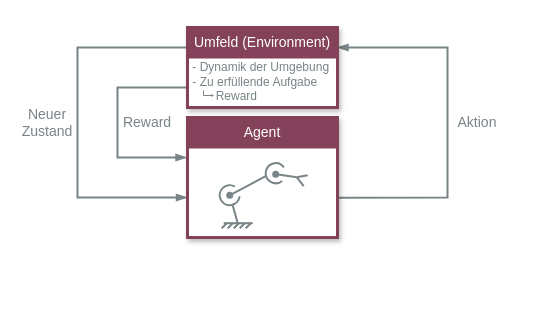
TW-Robotics/AIAV keeps this draw.io diagram as page "Page-1" (1 of 4) of Bis_zum_High-Score_Wie_ein_Roboter_durch_Ausprobieren_lernt/images/policyIteration.drawio. Above is the earlier version. Source tidied: cells renumbered, new cells numbered last; positions are measured from the earlier drawing's top-left corner, leaving out a move shared by most shapes. Both pictures are drawn from the tidied source at 100%, with x=0, y=0 at pixel (17, 17).
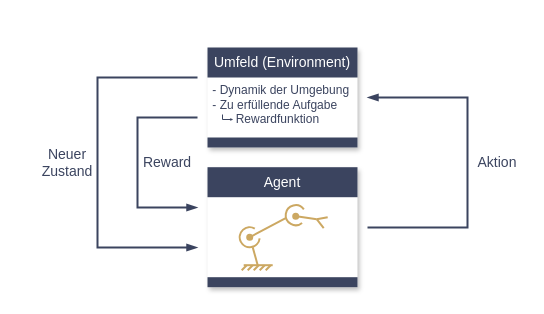
Above is the later version.

Change to the diagram source:
```diff
@@
     <mxCell id="2" style="rounded=0;whiteSpace=wrap;html=1;shadow=0;fontSize=14;fontColor=#FFFFFF;strokeColor=none;strokeWidth=2;fillColor=#FFFFFF;" parent="1" vertex="1">
-      <mxGeometry width="490" height="230" as="geometry" />
+      <mxGeometry x="20" y="20" width="490" height="260" as="geometry" />
     </mxCell>
-    <mxCell id="3" style="endArrow=blockThin;html=1;fontColor=#788487;endFill=1;entryX=1;entryY=0.25;entryDx=0;entryDy=0;rounded=0;strokeColor=#788487;exitX=1.006;exitY=0.668;exitDx=0;exitDy=0;strokeWidth=2;exitPerimeter=0;" parent="1" edge="1" source="7" target="6">
+    <mxCell id="3" style="endArrow=blockThin;html=1;endFill=1;rounded=0;strokeWidth=2;fontColor=#7C91AB;strokeColor=#3B445F;" parent="1" edge="1">
       <mxGeometry relative="1" as="geometry">
+        <mxPoint x="350" y="210" as="sourcePoint" />
+        <mxPoint x="350" y="80" as="targetPoint" />
         <Array as="points">
-          <mxPoint x="430" y="180" />
-          <mxPoint x="430" y="30" />
+          <mxPoint x="450" y="210" />
+          <mxPoint x="450" y="80" />
         </Array>
       </mxGeometry>
     </mxCell>
-    <mxCell id="4" style="endArrow=blockThin;html=1;fontColor=#788487;endFill=1;entryX=-0.003;entryY=0.667;entryDx=0;entryDy=0;rounded=0;strokeColor=#788487;exitX=0;exitY=0.25;exitDx=0;exitDy=0;strokeWidth=2;entryPerimeter=0;" parent="1" edge="1" source="6" target="7">
+    <mxCell id="4" style="endArrow=blockThin;html=1;fontColor=#788487;endFill=1;rounded=0;strokeWidth=2;strokeColor=#3B445F;" parent="1" edge="1">
       <mxGeometry relative="1" as="geometry">
+        <mxPoint x="180" y="60" as="sourcePoint" />
+        <mxPoint x="180" y="230" as="targetPoint" />
         <Array as="points">
-          <mxPoint x="60" y="30" />
-          <mxPoint x="60" y="180" />
+          <mxPoint x="80" y="60" />
+          <mxPoint x="80" y="230" />
         </Array>
       </mxGeometry>
     </mxCell>
-    <mxCell id="5" style="endArrow=blockThin;html=1;fontColor=#788487;endFill=1;rounded=0;strokeColor=#788487;exitX=0;exitY=0.75;exitDx=0;exitDy=0;strokeWidth=2;" parent="1" edge="1" source="6">
+    <mxCell id="5" style="endArrow=blockThin;html=1;fontColor=#788487;endFill=1;rounded=0;strokeWidth=2;strokeColor=#3B445F;" parent="1" edge="1">
       <mxGeometry relative="1" as="geometry">
-        <mxPoint x="169" y="140" as="targetPoint" />
+        <mxPoint x="180" y="100" as="sourcePoint" />
+        <mxPoint x="180" y="190" as="targetPoint" />
         <Array as="points">
-          <mxPoint x="100" y="70" />
-          <mxPoint x="100" y="140" />
+          <mxPoint x="120" y="100" />
+          <mxPoint x="120" y="190" />
         </Array>
       </mxGeometry>
     </mxCell>
-    <mxCell id="6" value="&lt;br&gt;&lt;br&gt;&amp;nbsp;- Dynamik der Umgebung&lt;br&gt;&amp;nbsp;- Zu erfüllende Aufgabe&lt;br&gt;&lt;span style=&quot;white-space: pre&quot;&gt;&#9;&lt;/span&gt;Reward" style="rounded=0;whiteSpace=wrap;html=1;strokeColor=#84425A;strokeWidth=3;fontColor=#788487;shadow=1;align=left;fillColor=#FFFFFF;" parent="1" vertex="1">
-      <mxGeometry x="170" y="10" width="150" height="80" as="geometry" />
+    <mxCell id="6" value="&lt;font&gt;&lt;br&gt;&amp;nbsp;- Dynamik der Umgebung&lt;br&gt;&amp;nbsp;- Zu erfüllende Aufgabe&lt;br&gt;&lt;span style=&quot;white-space: pre&quot;&gt;&#9;&lt;/span&gt;Rewardfunktion&lt;/font&gt;" style="rounded=0;whiteSpace=wrap;html=1;strokeWidth=3;shadow=1;align=left;fillColor=#FFFFFF;strokeColor=none;fontColor=#3B445F;" parent="1" vertex="1">
+      <mxGeometry x="190" y="30" width="150" height="100" as="geometry" />
     </mxCell>
-    <mxCell id="7" style="rounded=0;whiteSpace=wrap;html=1;fillColor=#FFFFFF;strokeColor=#84425A;strokeWidth=3;fontColor=#788487;shadow=1;" parent="1" vertex="1">
-      <mxGeometry x="170" y="100" width="150" height="120" as="geometry" />
+    <mxCell id="7" style="rounded=0;whiteSpace=wrap;html=1;fillColor=#FFFFFF;strokeWidth=3;fontColor=#788487;shadow=1;strokeColor=none;" parent="1" vertex="1">
+      <mxGeometry x="190" y="149.7" width="150" height="120" as="geometry" />
     </mxCell>
-    <mxCell id="8" value="Aktion" style="text;html=1;strokeColor=none;fillColor=none;align=center;verticalAlign=middle;whiteSpace=wrap;rounded=0;fontColor=#788487;fontSize=14;" parent="1" vertex="1">
-      <mxGeometry x="430" y="50" width="60" height="110" as="geometry" />
+    <mxCell id="8" value="Aktion" style="text;html=1;strokeColor=none;fillColor=none;align=center;verticalAlign=middle;whiteSpace=wrap;rounded=0;fontSize=14;fontColor=#3B445F;" parent="1" vertex="1">
+      <mxGeometry x="450" y="90" width="60" height="110" as="geometry" />
     </mxCell>
-    <mxCell id="9" value="Neuer&lt;br&gt;Zustand" style="text;html=1;strokeColor=none;fillColor=none;align=center;verticalAlign=middle;whiteSpace=wrap;rounded=0;fontColor=#788487;fontSize=14;" parent="1" vertex="1">
-      <mxGeometry y="40" width="60" height="130" as="geometry" />
+    <mxCell id="9" value="Neuer&lt;br&gt;Zustand" style="text;html=1;fillColor=none;align=center;verticalAlign=middle;whiteSpace=wrap;rounded=0;fontSize=14;fontColor=#3B445F;" parent="1" vertex="1">
+      <mxGeometry x="20" y="80" width="60" height="130" as="geometry" />
     </mxCell>
-    <mxCell id="10" value="Reward" style="text;html=1;strokeColor=none;fillColor=none;align=center;verticalAlign=middle;whiteSpace=wrap;rounded=0;fontColor=#788487;fontSize=14;" parent="1" vertex="1">
-      <mxGeometry x="100" y="70" width="60" height="70" as="geometry" />
+    <mxCell id="10" value="Reward" style="text;html=1;fillColor=none;align=center;verticalAlign=middle;whiteSpace=wrap;rounded=0;fontSize=14;fontColor=#3B445F;" parent="1" vertex="1">
+      <mxGeometry x="120" y="109.9" width="60" height="70.3" as="geometry" />
     </mxCell>
-    <mxCell id="11" value="Agent" style="rounded=0;whiteSpace=wrap;html=1;fontSize=14;fontColor=#FFFFFF;strokeColor=#84425A;strokeWidth=2;fillColor=#84425A;" parent="1" vertex="1">
-      <mxGeometry x="170" y="100" width="150" height="30" as="geometry" />
+    <mxCell id="11" value="Agent" style="rounded=0;whiteSpace=wrap;html=1;fontSize=14;fontColor=#FFFFFF;strokeWidth=2;strokeColor=none;fillColor=#3B445F;" parent="1" vertex="1">
+      <mxGeometry x="190" y="149.7" width="150" height="30" as="geometry" />
     </mxCell>
-    <mxCell id="12" value="Umfeld (Environment)" style="rounded=0;whiteSpace=wrap;html=1;fontSize=14;fontColor=#FFFFFF;strokeColor=#84425A;strokeWidth=2;fillColor=#84425A;" parent="1" vertex="1">
-      <mxGeometry x="170" y="10" width="150" height="30" as="geometry" />
+    <mxCell id="12" value="Umfeld (Environment)" style="rounded=0;whiteSpace=wrap;html=1;fontSize=14;fontColor=#FFFFFF;strokeWidth=2;fillColor=#3B445F;strokeColor=none;" parent="1" vertex="1">
+      <mxGeometry x="190" y="30" width="150" height="30" as="geometry" />
     </mxCell>
     <mxCell id="13" style="group;" parent="1" vertex="1">
-      <mxGeometry x="198" y="122" width="95.5" height="95.5" as="geometry" />
+      <mxGeometry x="218" y="164" width="95.5" height="95.5" as="geometry" />
     </mxCell>
+    <mxCell id="21" style="group;rotation=-45;" parent="13" vertex="1">
+      <mxGeometry x="8.2" y="19.7" width="79" height="56" as="geometry" />
+    </mxCell>
+    <mxCell id="22" style="verticalLabelPosition=bottom;verticalAlign=top;html=1;shape=mxgraph.basic.arc;startAngle=0.394447965437487;endAngle=0.210051681691415;shadow=0;fontSize=14;fontColor=#FFFFFF;strokeWidth=2;fillColor=default;rotation=-45;strokeColor=#CCA862;" parent="21" vertex="1">
+      <mxGeometry x="-4" y="26" width="20" height="20" as="geometry" />
+    </mxCell>
+    <mxCell id="23" style="endArrow=none;html=1;fontSize=14;fontColor=#FFFFFF;strokeWidth=2;startArrow=oval;startFill=1;endSize=5;startSize=5;strokeColor=#CCA862;" parent="21" edge="1">
+      <mxGeometry relative="1" as="geometry">
+        <mxPoint x="6" y="36" as="sourcePoint" />
+        <mxPoint x="42" y="17" as="targetPoint" />
+      </mxGeometry>
+    </mxCell>
+    <mxCell id="24" style="verticalLabelPosition=bottom;verticalAlign=top;html=1;shape=mxgraph.basic.arc;startAngle=0.5151919304725331;endAngle=0.27664759517425097;shadow=0;fontSize=14;fontColor=#FFFFFF;strokeWidth=2;fillColor=default;rotation=-45;strokeColor=#CCA862;" parent="21" vertex="1">
+      <mxGeometry x="42" y="4" width="20" height="20" as="geometry" />
+    </mxCell>
+    <mxCell id="25" style="endArrow=none;html=1;fontSize=14;fontColor=#FFFFFF;strokeWidth=2;startArrow=oval;startFill=1;endSize=5;startSize=5;strokeColor=#CCA862;" parent="21" edge="1">
+      <mxGeometry relative="1" as="geometry">
+        <mxPoint x="52" y="15" as="sourcePoint" />
+        <mxPoint x="73" y="18" as="targetPoint" />
+      </mxGeometry>
+    </mxCell>
+    <mxCell id="26" style="endArrow=none;html=1;fontSize=14;fontColor=#FFFFFF;strokeWidth=2;strokeColor=#CCA862;" parent="21" edge="1">
+      <mxGeometry relative="1" as="geometry">
+        <mxPoint x="80" y="27" as="sourcePoint" />
+        <mxPoint x="73" y="18" as="targetPoint" />
+      </mxGeometry>
+    </mxCell>
+    <mxCell id="27" style="endArrow=none;html=1;fontSize=14;fontColor=#FFFFFF;strokeWidth=2;strokeColor=#CCA862;" parent="21" edge="1">
+      <mxGeometry relative="1" as="geometry">
+        <mxPoint x="84" y="16" as="sourcePoint" />
+        <mxPoint x="73" y="18" as="targetPoint" />
+      </mxGeometry>
+    </mxCell>
+    <mxCell id="29" style="group;" parent="13" vertex="1">
+      <mxGeometry x="6.2" y="65.7" width="31" height="23" as="geometry" />
+    </mxCell>
-    <mxCell id="14" style="endArrow=none;html=1;fontSize=14;fontColor=#FFFFFF;strokeColor=#788487;strokeWidth=2;" parent="13" edge="1">
+    <mxCell id="14" style="endArrow=none;html=1;fontSize=14;fontColor=#FFFFFF;strokeWidth=2;strokeColor=#CCA862;" parent="29" edge="1">
       <mxGeometry relative="1" as="geometry">
-        <mxPoint x="22.2" y="83.7" as="sourcePoint" />
-        <mxPoint x="17.2" y="65.7" as="targetPoint" />
+        <mxPoint x="16" y="18" as="sourcePoint" />
+        <mxPoint x="11" as="targetPoint" />
       </mxGeometry>
     </mxCell>
-    <mxCell id="15" style="endArrow=none;html=1;fontSize=14;fontColor=#FFFFFF;strokeColor=#788487;strokeWidth=2;" parent="13" edge="1">
+    <mxCell id="15" style="endArrow=none;html=1;fontSize=14;fontColor=#FFFFFF;strokeWidth=2;strokeColor=#CCA862;" parent="29" edge="1">
       <mxGeometry relative="1" as="geometry">
-        <mxPoint x="8.2" y="83.7" as="sourcePoint" />
-        <mxPoint x="37.2" y="83.7" as="targetPoint" />
+        <mxPoint x="2" y="18" as="sourcePoint" />
+        <mxPoint x="31" y="18" as="targetPoint" />
       </mxGeometry>
     </mxCell>
-    <mxCell id="16" style="endArrow=none;html=1;fontSize=14;fontColor=#FFFFFF;strokeColor=#788487;strokeWidth=2;" parent="13" edge="1">
+    <mxCell id="16" style="endArrow=none;html=1;fontSize=14;fontColor=#FFFFFF;strokeWidth=2;strokeColor=#CCA862;" parent="29" edge="1">
       <mxGeometry relative="1" as="geometry">
-        <mxPoint x="6.2" y="88.7" as="sourcePoint" />
-        <mxPoint x="11.2" y="83.7" as="targetPoint" />
+        <mxPoint y="23" as="sourcePoint" />
+        <mxPoint x="5" y="18" as="targetPoint" />
       </mxGeometry>
     </mxCell>
-    <mxCell id="17" style="endArrow=none;html=1;fontSize=14;fontColor=#FFFFFF;strokeColor=#788487;strokeWidth=2;" parent="13" edge="1">
+    <mxCell id="17" style="endArrow=none;html=1;fontSize=14;fontColor=#FFFFFF;strokeWidth=2;strokeColor=#CCA862;" parent="29" edge="1">
       <mxGeometry relative="1" as="geometry">
-        <mxPoint x="12.2" y="88.7" as="sourcePoint" />
-        <mxPoint x="17.2" y="83.7" as="targetPoint" />
+        <mxPoint x="6" y="23" as="sourcePoint" />
+        <mxPoint x="11" y="18" as="targetPoint" />
         <Array as="points">
-          <mxPoint x="12.2" y="88.7" />
+          <mxPoint x="6" y="23" />
         </Array>
       </mxGeometry>
     </mxCell>
-    <mxCell id="18" style="endArrow=none;html=1;fontSize=14;fontColor=#FFFFFF;strokeColor=#788487;strokeWidth=2;" parent="13" edge="1">
+    <mxCell id="18" style="endArrow=none;html=1;fontSize=14;fontColor=#FFFFFF;strokeWidth=2;strokeColor=#CCA862;" parent="29" edge="1">
       <mxGeometry relative="1" as="geometry">
-        <mxPoint x="18.2" y="88.7" as="sourcePoint" />
-        <mxPoint x="23.2" y="83.7" as="targetPoint" />
+        <mxPoint x="12" y="23" as="sourcePoint" />
+        <mxPoint x="17" y="18" as="targetPoint" />
       </mxGeometry>
     </mxCell>
-    <mxCell id="19" style="endArrow=none;html=1;fontSize=14;fontColor=#FFFFFF;strokeColor=#788487;strokeWidth=2;" parent="13" edge="1">
+    <mxCell id="19" style="endArrow=none;html=1;fontSize=14;fontColor=#FFFFFF;strokeWidth=2;strokeColor=#CCA862;" parent="29" edge="1">
       <mxGeometry relative="1" as="geometry">
-        <mxPoint x="24.2" y="88.7" as="sourcePoint" />
-        <mxPoint x="29.2" y="83.7" as="targetPoint" />
+        <mxPoint x="18" y="23" as="sourcePoint" />
+        <mxPoint x="23" y="18" as="targetPoint" />
         <Array as="points">
-          <mxPoint x="24.2" y="88.7" />
+          <mxPoint x="18" y="23" />
         </Array>
       </mxGeometry>
     </mxCell>
-    <mxCell id="20" style="endArrow=none;html=1;fontSize=14;fontColor=#FFFFFF;strokeColor=#788487;strokeWidth=2;" parent="13" edge="1">
+    <mxCell id="20" style="endArrow=none;html=1;fontSize=14;fontColor=#FFFFFF;strokeWidth=2;strokeColor=#CCA862;" parent="29" edge="1">
       <mxGeometry relative="1" as="geometry">
-        <mxPoint x="30.2" y="88.7" as="sourcePoint" />
-        <mxPoint x="35.2" y="83.7" as="targetPoint" />
+        <mxPoint x="24" y="23" as="sourcePoint" />
+        <mxPoint x="29" y="18" as="targetPoint" />
         <Array as="points">
-          <mxPoint x="30.2" y="88.7" />
+          <mxPoint x="24" y="23" />
         </Array>
       </mxGeometry>
     </mxCell>
-    <mxCell id="21" style="group;rotation=-45;" parent="13" vertex="1">
-      <mxGeometry x="8.2" y="19.7" width="79" height="56" as="geometry" />
-    </mxCell>
-    <mxCell id="22" style="verticalLabelPosition=bottom;verticalAlign=top;html=1;shape=mxgraph.basic.arc;startAngle=0.394447965437487;endAngle=0.210051681691415;shadow=0;fontSize=14;fontColor=#FFFFFF;strokeColor=#788487;strokeWidth=2;fillColor=default;rotation=-45;" parent="21" vertex="1">
-      <mxGeometry x="-4" y="26" width="20" height="20" as="geometry" />
-    </mxCell>
-    <mxCell id="23" style="endArrow=none;html=1;fontSize=14;fontColor=#FFFFFF;strokeColor=#788487;strokeWidth=2;startArrow=oval;startFill=1;endSize=5;startSize=5;" parent="21" edge="1">
-      <mxGeometry relative="1" as="geometry">
-        <mxPoint x="6" y="36" as="sourcePoint" />
-        <mxPoint x="42" y="17" as="targetPoint" />
-      </mxGeometry>
-    </mxCell>
-    <mxCell id="24" style="verticalLabelPosition=bottom;verticalAlign=top;html=1;shape=mxgraph.basic.arc;startAngle=0.5151919304725331;endAngle=0.27664759517425097;shadow=0;fontSize=14;fontColor=#FFFFFF;strokeColor=#788487;strokeWidth=2;fillColor=default;rotation=-45;" parent="21" vertex="1">
-      <mxGeometry x="42" y="4" width="20" height="20" as="geometry" />
-    </mxCell>
-    <mxCell id="25" style="endArrow=none;html=1;fontSize=14;fontColor=#FFFFFF;strokeColor=#788487;strokeWidth=2;startArrow=oval;startFill=1;endSize=5;startSize=5;" parent="21" edge="1">
-      <mxGeometry relative="1" as="geometry">
-        <mxPoint x="52" y="15" as="sourcePoint" />
-        <mxPoint x="73" y="18" as="targetPoint" />
-      </mxGeometry>
-    </mxCell>
-    <mxCell id="26" style="endArrow=none;html=1;fontSize=14;fontColor=#FFFFFF;strokeColor=#788487;strokeWidth=2;" parent="21" edge="1">
-      <mxGeometry relative="1" as="geometry">
-        <mxPoint x="80" y="27" as="sourcePoint" />
-        <mxPoint x="73" y="18" as="targetPoint" />
-      </mxGeometry>
-    </mxCell>
-    <mxCell id="27" style="endArrow=none;html=1;fontSize=14;fontColor=#FFFFFF;strokeColor=#788487;strokeWidth=2;" parent="21" edge="1">
-      <mxGeometry relative="1" as="geometry">
-        <mxPoint x="84" y="16" as="sourcePoint" />
-        <mxPoint x="73" y="18" as="targetPoint" />
-      </mxGeometry>
-    </mxCell>
-    <mxCell id="28" style="endArrow=blockThin;html=1;fontSize=14;fontColor=#FFFFFF;startSize=5;endSize=1;strokeColor=#788487;strokeWidth=1;endFill=1;rounded=0;" parent="1" edge="1">
+    <mxCell id="28" style="endArrow=blockThin;html=1;fontSize=14;fontColor=#FFFFFF;startSize=5;endSize=1;strokeWidth=1;endFill=1;rounded=0;strokeColor=#3B445F;" parent="1" edge="1">
       <mxGeometry relative="1" as="geometry">
-        <mxPoint x="186" y="73" as="sourcePoint" />
-        <mxPoint x="197" y="78" as="targetPoint" />
+        <mxPoint x="205" y="97" as="sourcePoint" />
+        <mxPoint x="216" y="102" as="targetPoint" />
         <Array as="points">
-          <mxPoint x="186" y="78" />
+          <mxPoint x="205" y="102" />
         </Array>
       </mxGeometry>
     </mxCell>
+    <mxCell id="30" style="rounded=0;whiteSpace=wrap;html=1;fontSize=14;fontColor=#FFFFFF;strokeWidth=2;strokeColor=none;fillColor=#3B445F;" parent="1" vertex="1">
+      <mxGeometry x="190" y="259.7" width="150" height="10" as="geometry" />
+    </mxCell>
+    <mxCell id="31" style="rounded=0;whiteSpace=wrap;html=1;fontSize=14;fontColor=#FFFFFF;strokeWidth=2;strokeColor=none;fillColor=#3B445F;" parent="1" vertex="1">
+      <mxGeometry x="190" y="120" width="150" height="10" as="geometry" />
+    </mxCell>
```
